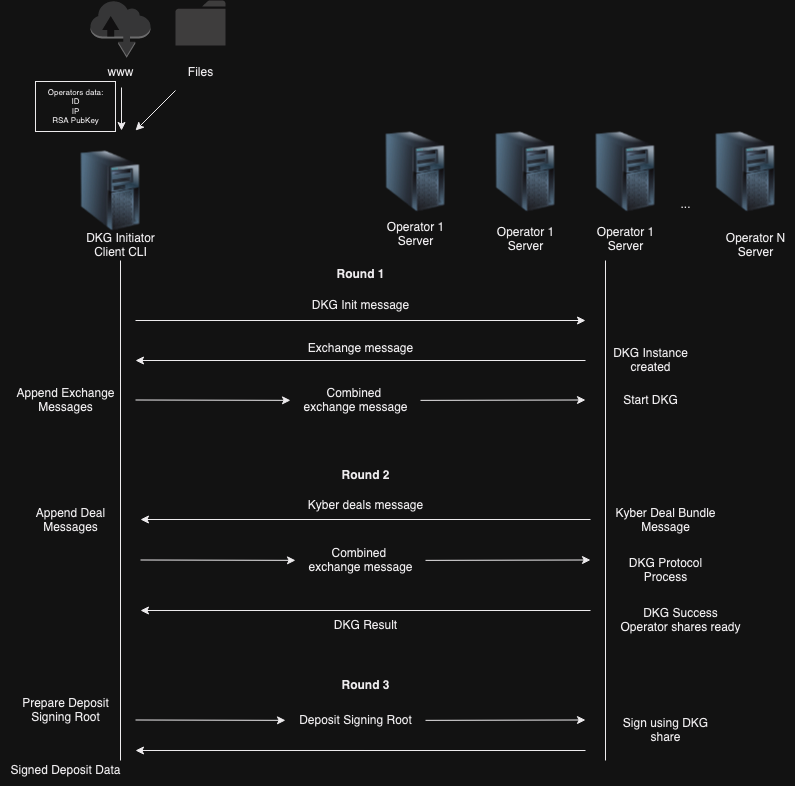
Before: imgs/DKGinit.drawio.png, a diagram exported from draw.io (ssvlabs/ssv-dkg). Source tidied: cells renumbered, new cells last; positions are measured from the earlier drawing's top-left corner, leaving out a move shared by most shapes.
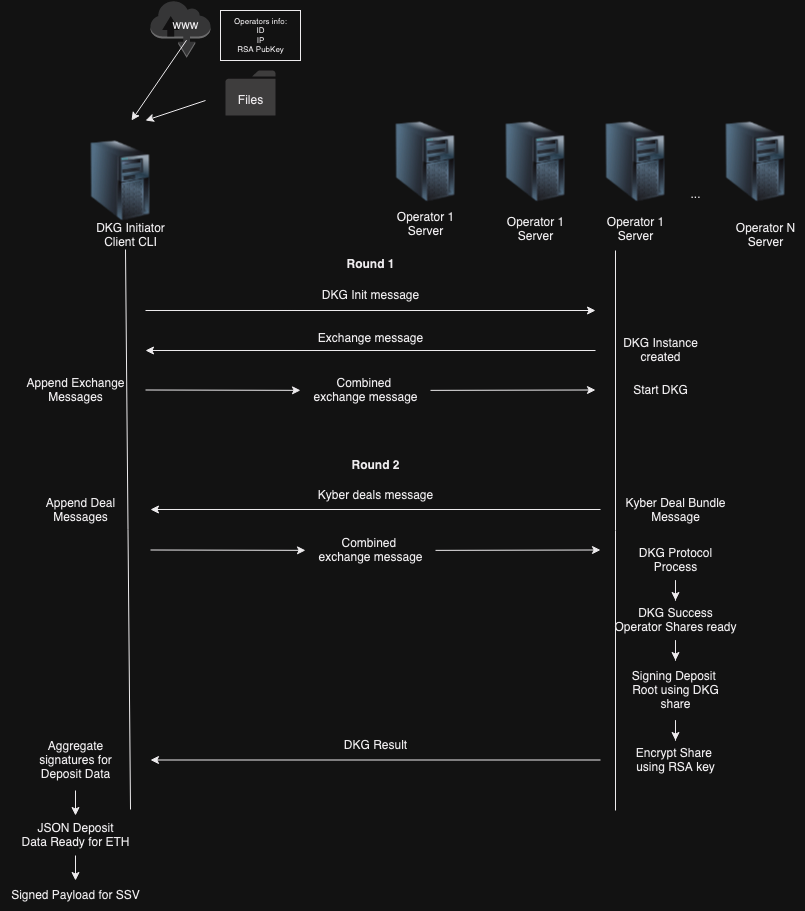
After the change.

What changed in the source:
```diff
@@ -34,13 +34,13 @@
     </mxCell>
     <mxCell id="11" style="endArrow=none;html=1;rounded=0;" parent="1" edge="1">
       <mxGeometry relative="1" as="geometry">
-        <mxPoint x="120" y="760" as="sourcePoint" />
-        <mxPoint x="120" y="260" as="targetPoint" />
+        <mxPoint x="120" y="819" as="sourcePoint" />
+        <mxPoint x="115" y="259" as="targetPoint" />
       </mxGeometry>
     </mxCell>
     <mxCell id="12" style="endArrow=none;html=1;rounded=0;" parent="1" edge="1">
       <mxGeometry relative="1" as="geometry">
-        <mxPoint x="605" y="760" as="sourcePoint" />
+        <mxPoint x="605" y="820" as="sourcePoint" />
         <mxPoint x="605" y="260" as="targetPoint" />
       </mxGeometry>
     </mxCell>
@@ -55,29 +55,29 @@
     </mxCell>
     <mxCell id="16" style="edgeStyle=none;orthogonalLoop=1;jettySize=auto;html=1;rounded=0;" parent="1" edge="1">
       <mxGeometry relative="1" as="geometry">
-        <mxPoint x="175" y="90" as="sourcePoint" />
+        <mxPoint x="195" y="110" as="sourcePoint" />
         <mxPoint x="135" y="130" as="targetPoint" />
       </mxGeometry>
     </mxCell>
     <mxCell id="17" style="sketch=0;shadow=0;dashed=0;html=1;strokeColor=none;labelPosition=center;verticalLabelPosition=bottom;verticalAlign=top;align=center;shape=mxgraph.office.concepts.folder;fillColor=#CCCBCB;" parent="1" vertex="1">
-      <mxGeometry x="175" width="50" height="45" as="geometry" />
+      <mxGeometry x="215" y="80" width="50" height="45" as="geometry" />
     </mxCell>
     <mxCell id="18" value="Files" style="text;html=1;align=center;verticalAlign=middle;strokeColor=none;fillColor=none;" parent="1" vertex="1">
-      <mxGeometry x="175" y="57.2" width="50" height="30" as="geometry" />
+      <mxGeometry x="215" y="95" width="50" height="30" as="geometry" />
     </mxCell>
     <mxCell id="19" style="dashed=0;verticalLabelPosition=bottom;verticalAlign=top;align=center;html=1;shape=mxgraph.aws3.internet;fillColor=#D2D3D3;gradientColor=none;" parent="1" vertex="1">
-      <mxGeometry x="90" width="60" height="57.2" as="geometry" />
+      <mxGeometry x="140" y="10" width="60" height="57.2" as="geometry" />
     </mxCell>
     <mxCell id="20" value="&lt;div&gt;www&lt;/div&gt;" style="text;html=1;align=center;verticalAlign=middle;points=[];strokeColor=none;fillColor=none;" parent="1" vertex="1">
-      <mxGeometry x="95" y="57.2" width="50" height="30" as="geometry" />
+      <mxGeometry x="150" y="20" width="50" height="30" as="geometry" />
     </mxCell>
     <mxCell id="21" style="edgeStyle=none;jettySize=auto;html=1;rounded=0;exitX=0.52;exitY=0.992;exitDx=0;exitDy=0;exitPerimeter=0;" parent="1" edge="1" source="20">
       <mxGeometry relative="1" as="geometry">
         <mxPoint x="121" y="130" as="targetPoint" />
       </mxGeometry>
     </mxCell>
-    <mxCell id="22" value="&lt;div style=&quot;font-size: 8px;&quot;&gt;Operators data:&lt;/div&gt;&lt;div style=&quot;font-size: 8px;&quot;&gt;ID&lt;/div&gt;&lt;div style=&quot;font-size: 8px;&quot;&gt;IP&lt;/div&gt;&lt;div style=&quot;font-size: 8px;&quot;&gt;RSA PubKey&lt;br style=&quot;font-size: 8px;&quot;&gt;&lt;/div&gt;" style="text;html=1;align=center;verticalAlign=middle;strokeColor=#000000;fillColor=none;fontSize=8;" parent="1" vertex="1">
-      <mxGeometry x="35" y="81" width="80" height="50" as="geometry" />
+    <mxCell id="22" value="&lt;div style=&quot;font-size: 8px;&quot;&gt;Operators info:&lt;/div&gt;&lt;div style=&quot;font-size: 8px;&quot;&gt;ID&lt;/div&gt;&lt;div style=&quot;font-size: 8px;&quot;&gt;IP&lt;/div&gt;&lt;div style=&quot;font-size: 8px;&quot;&gt;RSA PubKey&lt;br style=&quot;font-size: 8px;&quot;&gt;&lt;/div&gt;" style="text;html=1;align=center;verticalAlign=middle;strokeColor=#000000;fillColor=none;fontSize=8;" parent="1" vertex="1">
+      <mxGeometry x="210" y="20" width="80" height="50" as="geometry" />
     </mxCell>
     <mxCell id="23" value="DKG Init message" style="text;html=1;align=center;verticalAlign=middle;strokeColor=none;fillColor=none;" parent="1" vertex="1">
       <mxGeometry x="300" y="290" width="120" height="30" as="geometry" />
@@ -147,51 +147,50 @@
     <mxCell id="40" value="&lt;div&gt;Round 2 &lt;br&gt;&lt;/div&gt;" style="text;html=1;align=center;verticalAlign=middle;strokeColor=none;fillColor=none;fontStyle=1;" parent="1" vertex="1">
       <mxGeometry x="330" y="460" width="70" height="30" as="geometry" />
     </mxCell>
+    <mxCell id="53" style="edgeStyle=orthogonalEdgeStyle;rounded=0;jettySize=auto;html=1;" parent="1" edge="1" source="41" target="45">
+      <mxGeometry relative="1" as="geometry" />
+    </mxCell>
     <mxCell id="41" value="&lt;div&gt;DKG Protocol&lt;/div&gt;&lt;div&gt;Process&lt;br&gt; &lt;/div&gt;" style="text;html=1;align=center;verticalAlign=middle;points=[];strokeColor=none;fillColor=none;" parent="1" vertex="1">
       <mxGeometry x="615" y="550" width="100" height="40" as="geometry" />
     </mxCell>
     <mxCell id="42" style="edgeStyle=none;orthogonalLoop=1;jettySize=auto;html=1;rounded=0;" parent="1" edge="1">
       <mxGeometry relative="1" as="geometry">
-        <mxPoint x="590" y="610" as="sourcePoint" />
-        <mxPoint x="140" y="610" as="targetPoint" />
+        <mxPoint x="590" y="769.5" as="sourcePoint" />
+        <mxPoint x="140" y="769.5" as="targetPoint" />
       </mxGeometry>
     </mxCell>
     <mxCell id="43" value="&lt;div&gt;DKG Result &lt;br&gt;&lt;/div&gt;" style="text;html=1;align=center;verticalAlign=middle;strokeColor=none;fillColor=none;" parent="1" vertex="1">
-      <mxGeometry x="320" y="610" width="90" height="30" as="geometry" />
+      <mxGeometry x="320" y="740" width="90" height="30" as="geometry" />
     </mxCell>
-    <mxCell id="44" value="&lt;div&gt;Round 3&lt;br&gt;&lt;/div&gt;" style="text;html=1;align=center;verticalAlign=middle;strokeColor=none;fillColor=none;fontStyle=1;" parent="1" vertex="1">
-      <mxGeometry x="330" y="670" width="70" height="30" as="geometry" />
-    </mxCell>
+    <mxCell id="54" style="edgeStyle=orthogonalEdgeStyle;rounded=0;jettySize=auto;html=1;" parent="1" edge="1" source="45" target="50">
+      <mxGeometry relative="1" as="geometry" />
+    </mxCell>
-    <mxCell id="45" value="&lt;div&gt;DKG Success&lt;/div&gt;&lt;div&gt;Operator shares ready&lt;br&gt; &lt;/div&gt;" style="text;html=1;align=center;verticalAlign=middle;points=[];strokeColor=none;fillColor=none;" parent="1" vertex="1">
-      <mxGeometry x="610" y="600" width="140" height="40" as="geometry" />
+    <mxCell id="45" value="&lt;div&gt;DKG Success&lt;/div&gt;&lt;div&gt;Operator Shares ready&lt;br&gt; &lt;/div&gt;" style="text;html=1;align=center;verticalAlign=middle;points=[];strokeColor=none;fillColor=none;" parent="1" vertex="1">
+      <mxGeometry x="590" y="610" width="150" height="40" as="geometry" />
     </mxCell>
+    <mxCell id="55" style="edgeStyle=orthogonalEdgeStyle;rounded=0;jettySize=auto;html=1;" parent="1" edge="1" source="46" target="52">
+      <mxGeometry relative="1" as="geometry" />
+    </mxCell>
-    <mxCell id="46" value="&lt;div&gt;Prepare Deposit&lt;/div&gt;&lt;div&gt;Signing Root&lt;br&gt;&lt;/div&gt;" style="text;html=1;align=center;verticalAlign=middle;points=[];strokeColor=none;fillColor=none;" parent="1" vertex="1">
-      <mxGeometry x="10" y="690" width="110" height="40" as="geometry" />
+    <mxCell id="46" value="&lt;div&gt;JSON Deposit&lt;/div&gt;&lt;div&gt;Data Ready for ETH&lt;br&gt;&lt;/div&gt;" style="text;html=1;align=center;verticalAlign=middle;points=[];strokeColor=none;fillColor=none;" parent="1" vertex="1">
+      <mxGeometry y="825" width="130" height="40" as="geometry" />
     </mxCell>
-    <mxCell id="47" style="endArrow=classic;html=1;rounded=0;" parent="1" edge="1" source="49">
-      <mxGeometry relative="1" as="geometry">
-        <mxPoint x="585" y="719.5" as="targetPoint" />
-      </mxGeometry>
-    </mxCell>
-    <mxCell id="48" style="endArrow=classic;html=1;rounded=0;" parent="1" edge="1" target="49">
-      <mxGeometry relative="1" as="geometry">
-        <mxPoint x="135" y="719.5" as="sourcePoint" />
-      </mxGeometry>
-    </mxCell>
-    <mxCell id="49" value="Deposit Signing Root" style="text;html=1;align=center;verticalAlign=middle;points=[];strokeColor=none;fillColor=none;" parent="1" vertex="1">
-      <mxGeometry x="285" y="705" width="140" height="30" as="geometry" />
-    </mxCell>
+    <mxCell id="56" style="edgeStyle=orthogonalEdgeStyle;rounded=0;jettySize=auto;html=1;" parent="1" edge="1" source="50" target="57">
+      <mxGeometry relative="1" as="geometry" />
+    </mxCell>
-    <mxCell id="50" value="&lt;div&gt;Sign using DKG&lt;/div&gt;&lt;div&gt;share&lt;br&gt;&lt;/div&gt;" style="text;html=1;align=center;verticalAlign=middle;points=[];strokeColor=none;fillColor=none;" parent="1" vertex="1">
-      <mxGeometry x="610" y="710" width="110" height="40" as="geometry" />
+    <mxCell id="50" value="&lt;div&gt;Signing Deposit&amp;nbsp;&lt;/div&gt;&lt;div&gt;Root using DKG&lt;/div&gt;&lt;div&gt;share&lt;br&gt;&lt;/div&gt;" style="text;html=1;align=center;verticalAlign=middle;points=[];strokeColor=none;fillColor=none;" parent="1" vertex="1">
+      <mxGeometry x="610" y="670" width="110" height="60" as="geometry" />
     </mxCell>
-    <mxCell id="51" style="edgeStyle=none;orthogonalLoop=1;jettySize=auto;html=1;rounded=0;" parent="1" edge="1">
-      <mxGeometry relative="1" as="geometry">
-        <mxPoint x="585" y="750" as="sourcePoint" />
-        <mxPoint x="135" y="750" as="targetPoint" />
-      </mxGeometry>
-    </mxCell>
-    <mxCell id="52" value="Signed Deposit Data" style="text;html=1;align=center;verticalAlign=middle;points=[];strokeColor=none;fillColor=none;" parent="1" vertex="1">
-      <mxGeometry y="755" width="130" height="30" as="geometry" />
+    <mxCell id="52" value="Signed Payload for SSV" style="text;html=1;align=center;verticalAlign=middle;points=[];strokeColor=none;fillColor=none;" parent="1" vertex="1">
+      <mxGeometry x="-10" y="890" width="150" height="30" as="geometry" />
     </mxCell>
+    <mxCell id="57" value="&lt;div&gt;Encrypt Share&amp;nbsp;&lt;/div&gt;&lt;div&gt;using RSA key&lt;br&gt;&lt;/div&gt;" style="text;html=1;align=center;verticalAlign=middle;points=[];strokeColor=none;fillColor=none;" parent="1" vertex="1">
+      <mxGeometry x="615" y="750" width="100" height="40" as="geometry" />
+    </mxCell>
+    <mxCell id="58" style="edgeStyle=orthogonalEdgeStyle;rounded=0;jettySize=auto;html=1;" parent="1" edge="1" source="59" target="46">
+      <mxGeometry relative="1" as="geometry" />
+    </mxCell>
+    <mxCell id="59" value="&lt;div&gt;Aggregate&lt;/div&gt;&lt;div&gt;signatures for &lt;br&gt;&lt;/div&gt;&lt;div&gt;Deposit Data&lt;br&gt;&lt;/div&gt;" style="text;html=1;align=center;verticalAlign=middle;points=[];strokeColor=none;fillColor=none;" parent="1" vertex="1">
+      <mxGeometry x="15" y="740" width="100" height="60" as="geometry" />
+    </mxCell>
   </root>
 </mxGraphModel>
```
